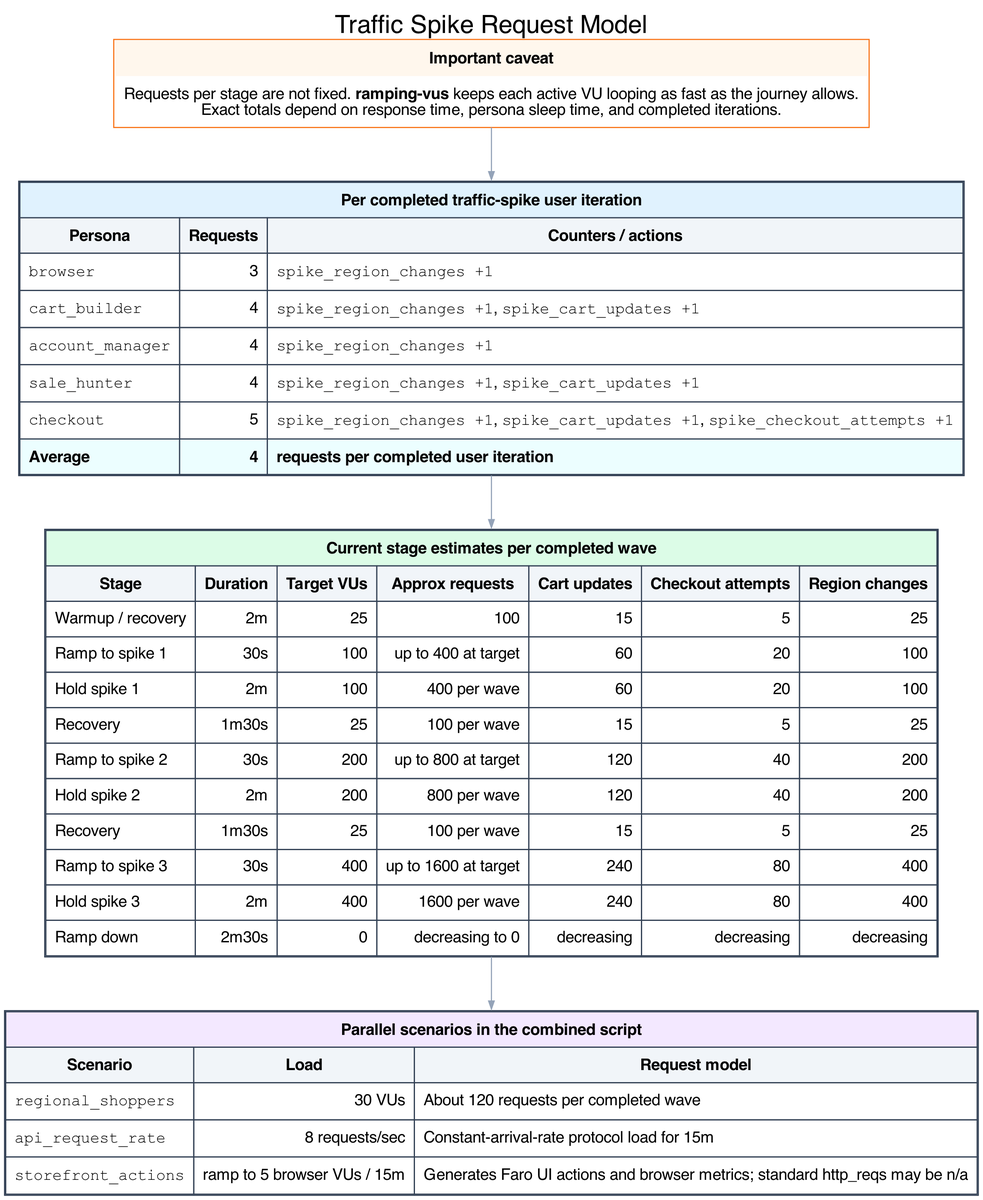
Earlier version of the Graphviz export docs/graphviz/traffic-spike-request-tables.png (orenlion1/ensemble-retail). Its source is kept beside it as docs/graphviz/traffic-spike-request-tables.dot.
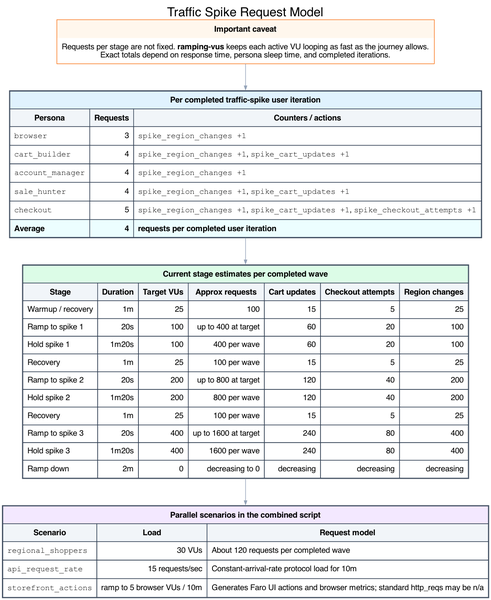
The same file after the commit.

Change to the diagram source:
```diff
@@ -11,19 +11,19 @@
   >];
   stage_table [label=<
     <TABLE BORDER="1" CELLBORDER="1" CELLSPACING="0" CELLPADDING="7" COLOR="#334155"><TR><TD COLSPAN="7" BGCOLOR="#dcfce7"><B>Current stage estimates per completed wave</B></TD></TR><TR><TD BGCOLOR="#f1f5f9"><B>Stage</B></TD><TD BGCOLOR="#f1f5f9"><B>Duration</B></TD><TD BGCOLOR="#f1f5f9"><B>Target VUs</B></TD><TD BGCOLOR="#f1f5f9"><B>Approx requests</B></TD><TD BGCOLOR="#f1f5f9"><B>Cart updates</B></TD><TD BGCOLOR="#f1f5f9"><B>Checkout attempts</B></TD><TD BGCOLOR="#f1f5f9"><B>Region changes</B></TD></TR>
-      <TR><TD ALIGN="LEFT">Warmup / recovery</TD><TD ALIGN="RIGHT">2m</TD><TD ALIGN="RIGHT">25</TD><TD ALIGN="RIGHT">100</TD><TD ALIGN="RIGHT">15</TD><TD ALIGN="RIGHT">5</TD><TD ALIGN="RIGHT">25</TD></TR>
-      <TR><TD ALIGN="LEFT">Ramp to spike 1</TD><TD ALIGN="RIGHT">30s</TD><TD ALIGN="RIGHT">100</TD><TD ALIGN="RIGHT">up to 400 at target</TD><TD ALIGN="RIGHT">60</TD><TD ALIGN="RIGHT">20</TD><TD ALIGN="RIGHT">100</TD></TR>
-      <TR><TD ALIGN="LEFT">Hold spike 1</TD><TD ALIGN="RIGHT">2m</TD><TD ALIGN="RIGHT">100</TD><TD ALIGN="RIGHT">400 per wave</TD><TD ALIGN="RIGHT">60</TD><TD ALIGN="RIGHT">20</TD><TD ALIGN="RIGHT">100</TD></TR>
-      <TR><TD ALIGN="LEFT">Recovery</TD><TD ALIGN="RIGHT">1m30s</TD><TD ALIGN="RIGHT">25</TD><TD ALIGN="RIGHT">100 per wave</TD><TD ALIGN="RIGHT">15</TD><TD ALIGN="RIGHT">5</TD><TD ALIGN="RIGHT">25</TD></TR>
-      <TR><TD ALIGN="LEFT">Ramp to spike 2</TD><TD ALIGN="RIGHT">30s</TD><TD ALIGN="RIGHT">200</TD><TD ALIGN="RIGHT">up to 800 at target</TD><TD ALIGN="RIGHT">120</TD><TD ALIGN="RIGHT">40</TD><TD ALIGN="RIGHT">200</TD></TR>
-      <TR><TD ALIGN="LEFT">Hold spike 2</TD><TD ALIGN="RIGHT">2m</TD><TD ALIGN="RIGHT">200</TD><TD ALIGN="RIGHT">800 per wave</TD><TD ALIGN="RIGHT">120</TD><TD ALIGN="RIGHT">40</TD><TD ALIGN="RIGHT">200</TD></TR>
-      <TR><TD ALIGN="LEFT">Recovery</TD><TD ALIGN="RIGHT">1m30s</TD><TD ALIGN="RIGHT">25</TD><TD ALIGN="RIGHT">100 per wave</TD><TD ALIGN="RIGHT">15</TD><TD ALIGN="RIGHT">5</TD><TD ALIGN="RIGHT">25</TD></TR>
-      <TR><TD ALIGN="LEFT">Ramp to spike 3</TD><TD ALIGN="RIGHT">30s</TD><TD ALIGN="RIGHT">400</TD><TD ALIGN="RIGHT">up to 1600 at target</TD><TD ALIGN="RIGHT">240</TD><TD ALIGN="RIGHT">80</TD><TD ALIGN="RIGHT">400</TD></TR>
-      <TR><TD ALIGN="LEFT">Hold spike 3</TD><TD ALIGN="RIGHT">2m</TD><TD ALIGN="RIGHT">400</TD><TD ALIGN="RIGHT">1600 per wave</TD><TD ALIGN="RIGHT">240</TD><TD ALIGN="RIGHT">80</TD><TD ALIGN="RIGHT">400</TD></TR>
-      <TR><TD ALIGN="LEFT">Ramp down</TD><TD ALIGN="RIGHT">2m30s</TD><TD ALIGN="RIGHT">0</TD><TD ALIGN="RIGHT">decreasing to 0</TD><TD ALIGN="RIGHT">decreasing</TD><TD ALIGN="RIGHT">decreasing</TD><TD ALIGN="RIGHT">decreasing</TD></TR></TABLE>
+      <TR><TD ALIGN="LEFT">Warmup / recovery</TD><TD ALIGN="RIGHT">1m</TD><TD ALIGN="RIGHT">25</TD><TD ALIGN="RIGHT">100</TD><TD ALIGN="RIGHT">15</TD><TD ALIGN="RIGHT">5</TD><TD ALIGN="RIGHT">25</TD></TR>
+      <TR><TD ALIGN="LEFT">Ramp to spike 1</TD><TD ALIGN="RIGHT">20s</TD><TD ALIGN="RIGHT">100</TD><TD ALIGN="RIGHT">up to 400 at target</TD><TD ALIGN="RIGHT">60</TD><TD ALIGN="RIGHT">20</TD><TD ALIGN="RIGHT">100</TD></TR>
+      <TR><TD ALIGN="LEFT">Hold spike 1</TD><TD ALIGN="RIGHT">1m20s</TD><TD ALIGN="RIGHT">100</TD><TD ALIGN="RIGHT">400 per wave</TD><TD ALIGN="RIGHT">60</TD><TD ALIGN="RIGHT">20</TD><TD ALIGN="RIGHT">100</TD></TR>
+      <TR><TD ALIGN="LEFT">Recovery</TD><TD ALIGN="RIGHT">1m</TD><TD ALIGN="RIGHT">25</TD><TD ALIGN="RIGHT">100 per wave</TD><TD ALIGN="RIGHT">15</TD><TD ALIGN="RIGHT">5</TD><TD ALIGN="RIGHT">25</TD></TR>
+      <TR><TD ALIGN="LEFT">Ramp to spike 2</TD><TD ALIGN="RIGHT">20s</TD><TD ALIGN="RIGHT">200</TD><TD ALIGN="RIGHT">up to 800 at target</TD><TD ALIGN="RIGHT">120</TD><TD ALIGN="RIGHT">40</TD><TD ALIGN="RIGHT">200</TD></TR>
+      <TR><TD ALIGN="LEFT">Hold spike 2</TD><TD ALIGN="RIGHT">1m20s</TD><TD ALIGN="RIGHT">200</TD><TD ALIGN="RIGHT">800 per wave</TD><TD ALIGN="RIGHT">120</TD><TD ALIGN="RIGHT">40</TD><TD ALIGN="RIGHT">200</TD></TR>
+      <TR><TD ALIGN="LEFT">Recovery</TD><TD ALIGN="RIGHT">1m</TD><TD ALIGN="RIGHT">25</TD><TD ALIGN="RIGHT">100 per wave</TD><TD ALIGN="RIGHT">15</TD><TD ALIGN="RIGHT">5</TD><TD ALIGN="RIGHT">25</TD></TR>
+      <TR><TD ALIGN="LEFT">Ramp to spike 3</TD><TD ALIGN="RIGHT">20s</TD><TD ALIGN="RIGHT">400</TD><TD ALIGN="RIGHT">up to 1600 at target</TD><TD ALIGN="RIGHT">240</TD><TD ALIGN="RIGHT">80</TD><TD ALIGN="RIGHT">400</TD></TR>
+      <TR><TD ALIGN="LEFT">Hold spike 3</TD><TD ALIGN="RIGHT">1m20s</TD><TD ALIGN="RIGHT">400</TD><TD ALIGN="RIGHT">1600 per wave</TD><TD ALIGN="RIGHT">240</TD><TD ALIGN="RIGHT">80</TD><TD ALIGN="RIGHT">400</TD></TR>
+      <TR><TD ALIGN="LEFT">Ramp down</TD><TD ALIGN="RIGHT">2m</TD><TD ALIGN="RIGHT">0</TD><TD ALIGN="RIGHT">decreasing to 0</TD><TD ALIGN="RIGHT">decreasing</TD><TD ALIGN="RIGHT">decreasing</TD><TD ALIGN="RIGHT">decreasing</TD></TR></TABLE>
   >];
   parallel_table [label=<
-    <TABLE BORDER="1" CELLBORDER="1" CELLSPACING="0" CELLPADDING="7" COLOR="#334155"><TR><TD COLSPAN="3" BGCOLOR="#f3e8ff"><B>Parallel scenarios in the combined script</B></TD></TR><TR><TD BGCOLOR="#f1f5f9"><B>Scenario</B></TD><TD BGCOLOR="#f1f5f9"><B>Load</B></TD><TD BGCOLOR="#f1f5f9"><B>Request model</B></TD></TR><TR><TD ALIGN="LEFT"><FONT FACE="Courier">regional_shoppers</FONT></TD><TD ALIGN="RIGHT">30 VUs</TD><TD ALIGN="LEFT">About 120 requests per completed wave</TD></TR><TR><TD ALIGN="LEFT"><FONT FACE="Courier">api_request_rate</FONT></TD><TD ALIGN="RIGHT">8 requests/sec</TD><TD ALIGN="LEFT">Constant-arrival-rate protocol load for 15m</TD></TR><TR><TD ALIGN="LEFT"><FONT FACE="Courier">storefront_actions</FONT></TD><TD ALIGN="RIGHT">ramp to 5 browser VUs / 15m</TD><TD ALIGN="LEFT">Generates Faro UI actions and browser metrics; standard http_reqs may be n/a</TD></TR></TABLE>
+    <TABLE BORDER="1" CELLBORDER="1" CELLSPACING="0" CELLPADDING="7" COLOR="#334155"><TR><TD COLSPAN="3" BGCOLOR="#f3e8ff"><B>Parallel scenarios in the combined script</B></TD></TR><TR><TD BGCOLOR="#f1f5f9"><B>Scenario</B></TD><TD BGCOLOR="#f1f5f9"><B>Load</B></TD><TD BGCOLOR="#f1f5f9"><B>Request model</B></TD></TR><TR><TD ALIGN="LEFT"><FONT FACE="Courier">regional_shoppers</FONT></TD><TD ALIGN="RIGHT">30 VUs</TD><TD ALIGN="LEFT">About 120 requests per completed wave</TD></TR><TR><TD ALIGN="LEFT"><FONT FACE="Courier">api_request_rate</FONT></TD><TD ALIGN="RIGHT">15 requests/sec</TD><TD ALIGN="LEFT">Constant-arrival-rate protocol load for 10m</TD></TR><TR><TD ALIGN="LEFT"><FONT FACE="Courier">storefront_actions</FONT></TD><TD ALIGN="RIGHT">ramp to 5 browser VUs / 10m</TD><TD ALIGN="LEFT">Generates Faro UI actions and browser metrics; standard http_reqs may be n/a</TD></TR></TABLE>
   >];
 
   caveat -> persona_table -> stage_table -> parallel_table;
```
